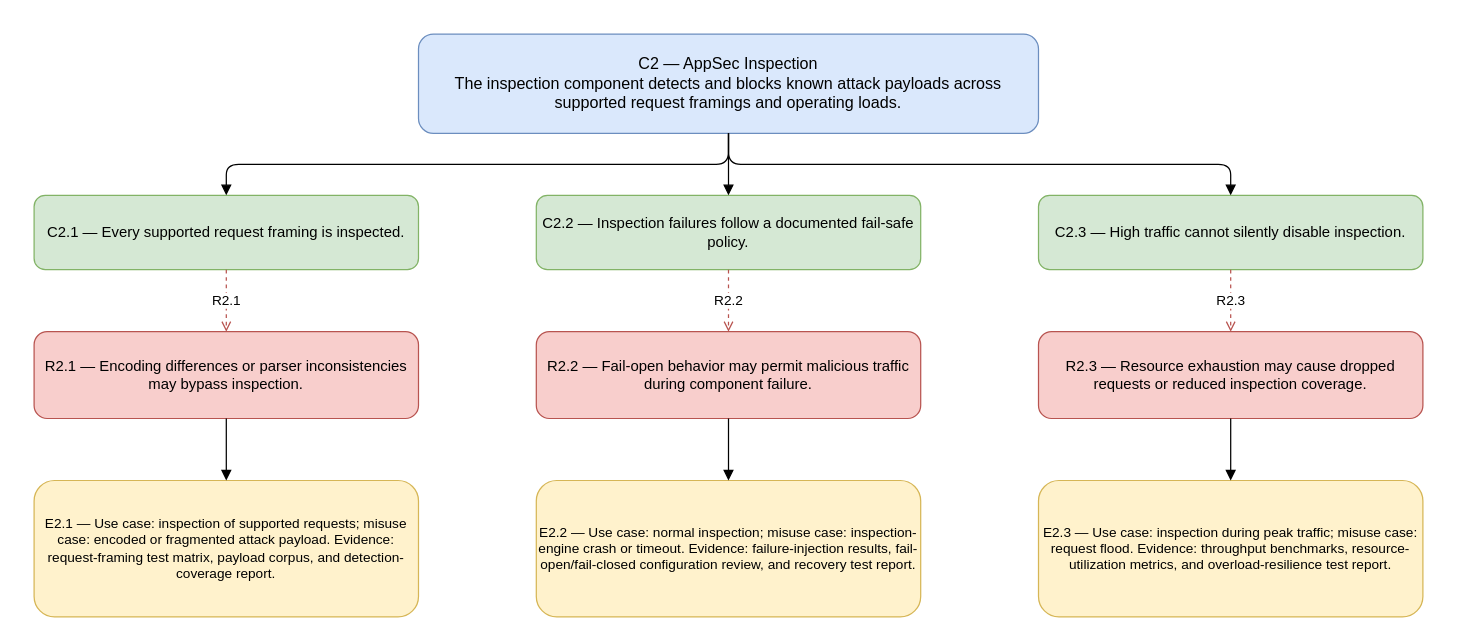
Earlier version of the draw.io diagram page "C2 AppSec Inspection" (2 of 5) of resources/static/assurane-claims/top-level-claims-subclaims-rebuttals-evidence-v1.drawio (HapticLazier2/CSCI-8420-Group-2). Source tidied: cells renumbered, new cells numbered last; positions are measured from the earlier drawing's top-left corner, leaving out a move shared by most shapes. Both pictures are drawn from the tidied source at 124%, with x=0, y=0 at pixel (33, 33).
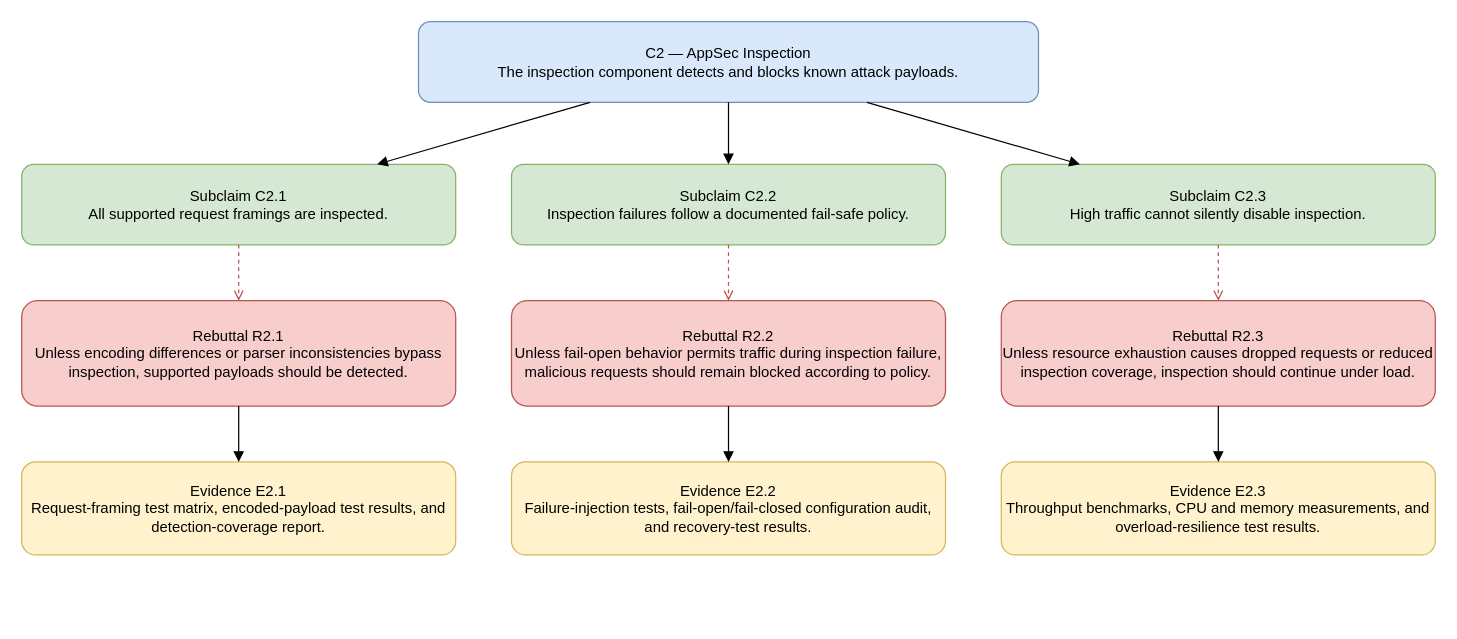
Above is the later version.

Commit message (it also covers changes not shown here):
Modified the rebuttals to ensure the 'Unless' word exists

Change to the diagram source:
```diff
@@
-    <mxCell id="2" value="C2 — AppSec Inspection&#10;The inspection component detects and blocks known attack payloads across supported request framings and operating loads." style="rounded=1;whiteSpace=wrap;html=1;fillColor=#dae8fc;strokeColor=#6c8ebf;fontSize=13;" parent="1" vertex="1">
-      <mxGeometry x="310" width="500" height="80" as="geometry" />
+    <mxCell id="2" value="C2 — AppSec Inspection&#10;The inspection component detects and blocks known attack payloads." style="rounded=1;whiteSpace=wrap;html=1;fillColor=#dae8fc;strokeColor=#6c8ebf;" parent="1" vertex="1">
+      <mxGeometry x="310" y="-10" width="500" height="65" as="geometry" />
     </mxCell>
-    <mxCell id="3" value="C2.1 — Every supported request framing is inspected." style="rounded=1;whiteSpace=wrap;html=1;fillColor=#d5e8d4;strokeColor=#82b366;" parent="1" vertex="1">
-      <mxGeometry y="130" width="310" height="60" as="geometry" />
-    </mxCell>
+    <mxCell id="21" value="Subclaim C2.1&#10;All supported request framings are inspected." style="rounded=1;whiteSpace=wrap;html=1;fillColor=#d5e8d4;strokeColor=#82b366;" parent="1" vertex="1">
+      <mxGeometry x="-10" y="105" width="350" height="65" as="geometry" />
+    </mxCell>
-    <mxCell id="4" value="R2.1 — Encoding differences or parser inconsistencies may bypass inspection." style="rounded=1;whiteSpace=wrap;html=1;fillColor=#f8cecc;strokeColor=#b85450;" parent="1" vertex="1">
-      <mxGeometry y="240" width="310" height="70" as="geometry" />
+    <mxCell id="4" value="Rebuttal R2.1&#10;Unless encoding differences or parser inconsistencies bypass inspection, supported payloads should be detected." style="rounded=1;whiteSpace=wrap;html=1;fillColor=#f8cecc;strokeColor=#b85450;" parent="1" vertex="1">
+      <mxGeometry x="-10" y="215" width="350" height="85" as="geometry" />
     </mxCell>
-    <mxCell id="5" value="E2.1 — Use case: inspection of supported requests; misuse case: encoded or fragmented attack payload. Evidence: request-framing test matrix, payload corpus, and detection-coverage report." style="rounded=1;whiteSpace=wrap;html=1;fillColor=#fff2cc;strokeColor=#d6b656;fontSize=11;" parent="1" vertex="1">
-      <mxGeometry y="360" width="310" height="110" as="geometry" />
+    <mxCell id="5" value="Evidence E2.1&#10;Request-framing test matrix, encoded-payload test results, and detection-coverage report." style="rounded=1;whiteSpace=wrap;html=1;fillColor=#fff2cc;strokeColor=#d6b656;" parent="1" vertex="1">
+      <mxGeometry x="-10" y="345" width="350" height="75" as="geometry" />
     </mxCell>
-    <mxCell id="6" value="C2.2 — Inspection failures follow a documented fail-safe policy." style="rounded=1;whiteSpace=wrap;html=1;fillColor=#d5e8d4;strokeColor=#82b366;" parent="1" vertex="1">
-      <mxGeometry x="405" y="130" width="310" height="60" as="geometry" />
-    </mxCell>
+    <mxCell id="22" value="Subclaim C2.2&#10;Inspection failures follow a documented fail-safe policy." style="rounded=1;whiteSpace=wrap;html=1;fillColor=#d5e8d4;strokeColor=#82b366;" parent="1" vertex="1">
+      <mxGeometry x="385" y="105" width="350" height="65" as="geometry" />
+    </mxCell>
-    <mxCell id="7" value="R2.2 — Fail-open behavior may permit malicious traffic during component failure." style="rounded=1;whiteSpace=wrap;html=1;fillColor=#f8cecc;strokeColor=#b85450;" parent="1" vertex="1">
-      <mxGeometry x="405" y="240" width="310" height="70" as="geometry" />
+    <mxCell id="7" value="Rebuttal R2.2&#10;Unless fail-open behavior permits traffic during inspection failure, malicious requests should remain blocked according to policy." style="rounded=1;whiteSpace=wrap;html=1;fillColor=#f8cecc;strokeColor=#b85450;" parent="1" vertex="1">
+      <mxGeometry x="385" y="215" width="350" height="85" as="geometry" />
     </mxCell>
-    <mxCell id="8" value="E2.2 — Use case: normal inspection; misuse case: inspection-engine crash or timeout. Evidence: failure-injection results, fail-open/fail-closed configuration review, and recovery test report." style="rounded=1;whiteSpace=wrap;html=1;fillColor=#fff2cc;strokeColor=#d6b656;fontSize=11;" parent="1" vertex="1">
-      <mxGeometry x="405" y="360" width="310" height="110" as="geometry" />
+    <mxCell id="8" value="Evidence E2.2&#10;Failure-injection tests, fail-open/fail-closed configuration audit, and recovery-test results." style="rounded=1;whiteSpace=wrap;html=1;fillColor=#fff2cc;strokeColor=#d6b656;" parent="1" vertex="1">
+      <mxGeometry x="385" y="345" width="350" height="75" as="geometry" />
     </mxCell>
-    <mxCell id="9" value="C2.3 — High traffic cannot silently disable inspection." style="rounded=1;whiteSpace=wrap;html=1;fillColor=#d5e8d4;strokeColor=#82b366;" parent="1" vertex="1">
-      <mxGeometry x="810" y="130" width="310" height="60" as="geometry" />
-    </mxCell>
+    <mxCell id="23" value="Subclaim C2.3&#10;High traffic cannot silently disable inspection." style="rounded=1;whiteSpace=wrap;html=1;fillColor=#d5e8d4;strokeColor=#82b366;" parent="1" vertex="1">
+      <mxGeometry x="780" y="105" width="350" height="65" as="geometry" />
+    </mxCell>
-    <mxCell id="10" value="R2.3 — Resource exhaustion may cause dropped requests or reduced inspection coverage." style="rounded=1;whiteSpace=wrap;html=1;fillColor=#f8cecc;strokeColor=#b85450;" parent="1" vertex="1">
-      <mxGeometry x="810" y="240" width="310" height="70" as="geometry" />
+    <mxCell id="10" value="Rebuttal R2.3&#10;Unless resource exhaustion causes dropped requests or reduced inspection coverage, inspection should continue under load." style="rounded=1;whiteSpace=wrap;html=1;fillColor=#f8cecc;strokeColor=#b85450;" parent="1" vertex="1">
+      <mxGeometry x="780" y="215" width="350" height="85" as="geometry" />
     </mxCell>
-    <mxCell id="11" value="E2.3 — Use case: inspection during peak traffic; misuse case: request flood. Evidence: throughput benchmarks, resource-utilization metrics, and overload-resilience test report." style="rounded=1;whiteSpace=wrap;html=1;fillColor=#fff2cc;strokeColor=#d6b656;fontSize=11;" parent="1" vertex="1">
-      <mxGeometry x="810" y="360" width="310" height="110" as="geometry" />
+    <mxCell id="11" value="Evidence E2.3&#10;Throughput benchmarks, CPU and memory measurements, and overload-resilience test results." style="rounded=1;whiteSpace=wrap;html=1;fillColor=#fff2cc;strokeColor=#d6b656;" parent="1" vertex="1">
+      <mxGeometry x="780" y="345" width="350" height="75" as="geometry" />
     </mxCell>
-    <mxCell id="12" style="edgeStyle=orthogonalEdgeStyle;endArrow=block;html=1;" parent="1" edge="1" source="2" target="3">
+    <mxCell id="12" style="endArrow=block;html=1;" parent="1" edge="1" source="2" target="21">
       <mxGeometry relative="1" as="geometry" />
     </mxCell>
-    <mxCell id="13" style="edgeStyle=orthogonalEdgeStyle;endArrow=block;html=1;" parent="1" edge="1" source="2" target="6">
+    <mxCell id="13" style="endArrow=block;html=1;" parent="1" edge="1" source="2" target="22">
       <mxGeometry relative="1" as="geometry" />
     </mxCell>
-    <mxCell id="14" style="edgeStyle=orthogonalEdgeStyle;endArrow=block;html=1;" parent="1" edge="1" source="2" target="9">
+    <mxCell id="14" style="endArrow=block;html=1;" parent="1" edge="1" source="2" target="23">
       <mxGeometry relative="1" as="geometry" />
     </mxCell>
-    <mxCell id="15" value="R2.1" style="edgeStyle=orthogonalEdgeStyle;dashed=1;endArrow=open;strokeColor=#b85450;html=1;" parent="1" edge="1" source="3" target="4">
+    <mxCell id="15" style="endArrow=open;dashed=1;strokeColor=#b85450;html=1;" parent="1" edge="1" source="21" target="4">
       <mxGeometry relative="1" as="geometry" />
     </mxCell>
-    <mxCell id="16" value="R2.2" style="edgeStyle=orthogonalEdgeStyle;dashed=1;endArrow=open;strokeColor=#b85450;html=1;" parent="1" edge="1" source="6" target="7">
+    <mxCell id="16" style="endArrow=open;dashed=1;strokeColor=#b85450;html=1;" parent="1" edge="1" source="22" target="7">
       <mxGeometry relative="1" as="geometry" />
     </mxCell>
-    <mxCell id="17" value="R2.3" style="edgeStyle=orthogonalEdgeStyle;dashed=1;endArrow=open;strokeColor=#b85450;html=1;" parent="1" edge="1" source="9" target="10">
+    <mxCell id="17" style="endArrow=open;dashed=1;strokeColor=#b85450;html=1;" parent="1" edge="1" source="23" target="10">
       <mxGeometry relative="1" as="geometry" />
     </mxCell>
-    <mxCell id="18" style="edgeStyle=orthogonalEdgeStyle;endArrow=block;html=1;" parent="1" edge="1" source="4" target="5">
+    <mxCell id="18" style="endArrow=block;html=1;" parent="1" edge="1" source="4" target="5">
       <mxGeometry relative="1" as="geometry" />
     </mxCell>
-    <mxCell id="19" style="edgeStyle=orthogonalEdgeStyle;endArrow=block;html=1;" parent="1" edge="1" source="7" target="8">
+    <mxCell id="19" style="endArrow=block;html=1;" parent="1" edge="1" source="7" target="8">
       <mxGeometry relative="1" as="geometry" />
     </mxCell>
-    <mxCell id="20" style="edgeStyle=orthogonalEdgeStyle;endArrow=block;html=1;" parent="1" edge="1" source="10" target="11">
+    <mxCell id="20" style="endArrow=block;html=1;" parent="1" edge="1" source="10" target="11">
       <mxGeometry relative="1" as="geometry" />
     </mxCell>
```
